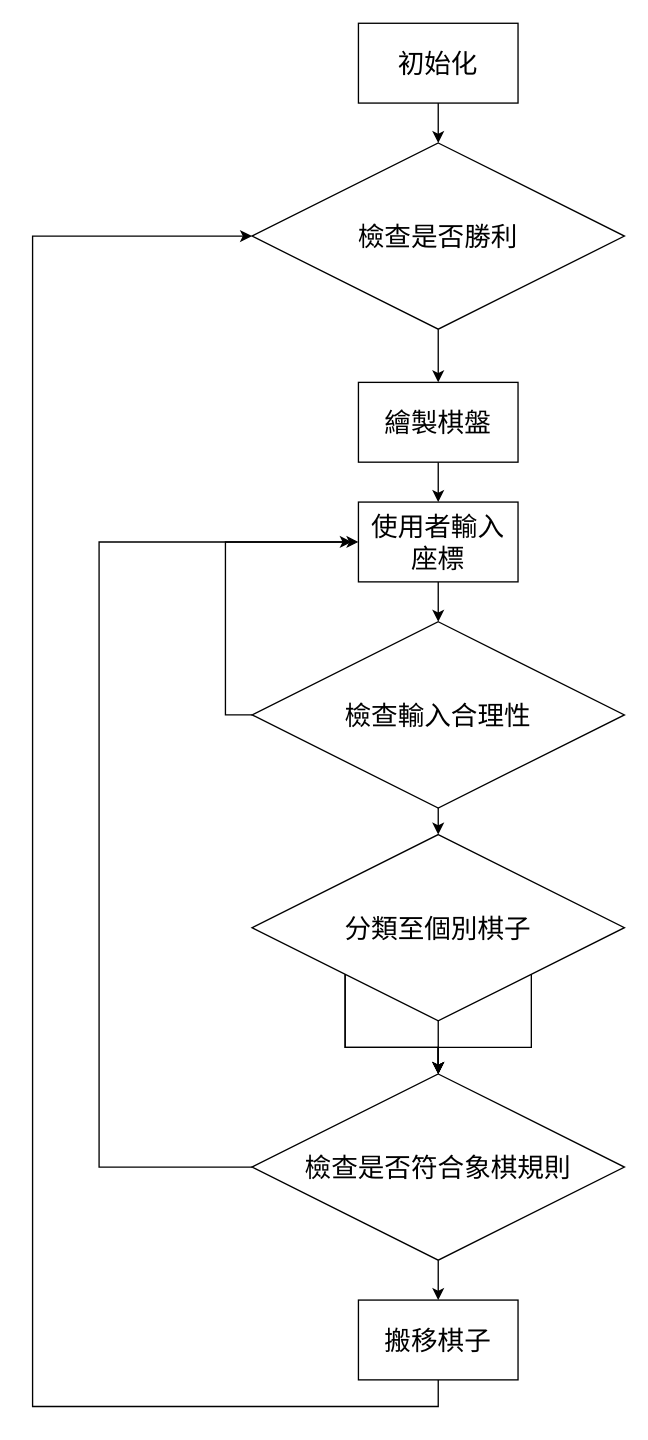
Ankerrrr/AnkeCC keeps this draw.io diagram as AnkeCC/Untitled Diagram.drawio. Above is the earlier version. Source tidied: cells renumbered, new cells numbered last; positions are measured from the earlier drawing's top-left corner, leaving out a move shared by most shapes. Both pictures are drawn from the tidied source at 133%, with x=0, y=0 at pixel (32, 23).
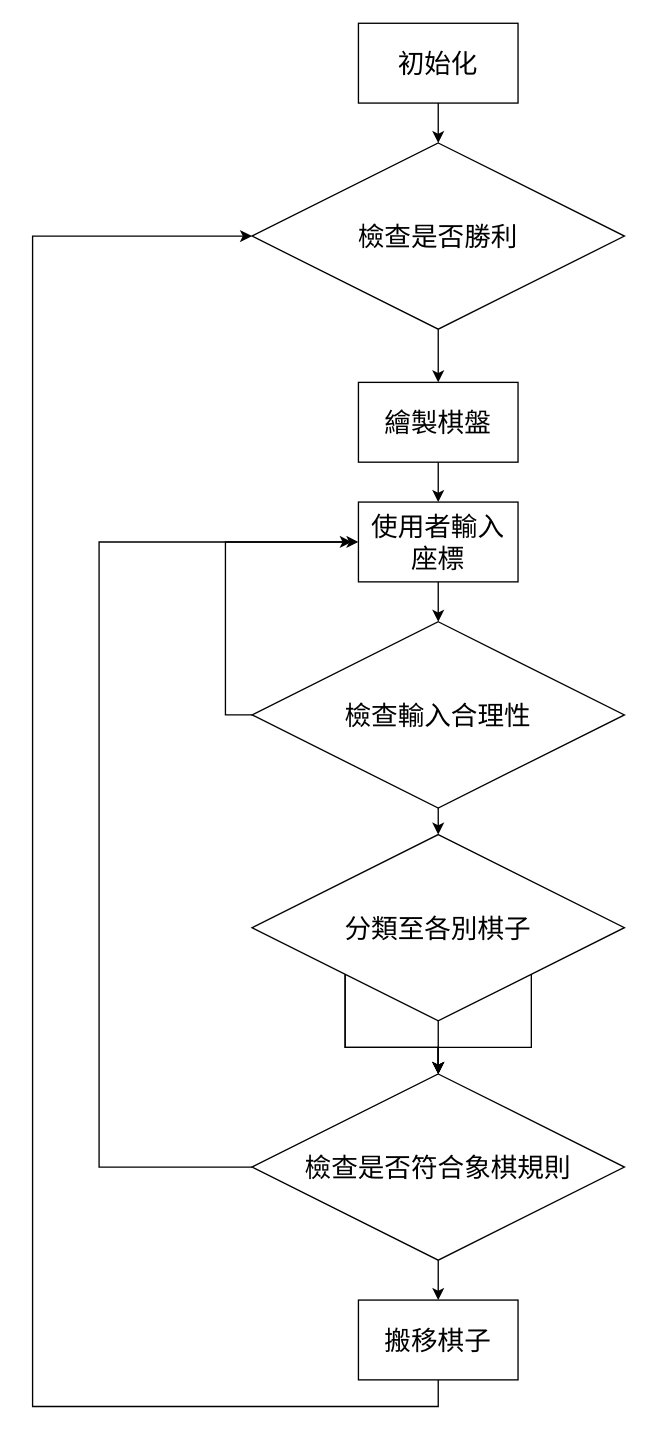
The same diagram, later.

What changed in the source:
```diff
@@
-    <mxCell id="17" value="分類至個別棋子" style="rhombus;whiteSpace=wrap;html=1;fontSize=20;" parent="1" vertex="1">
+    <mxCell id="17" value="分類至各別棋子" style="rhombus;whiteSpace=wrap;html=1;fontSize=20;" parent="1" vertex="1">
       <mxGeometry x="165" y="610" width="280" height="140" as="geometry" />
     </mxCell>
```
